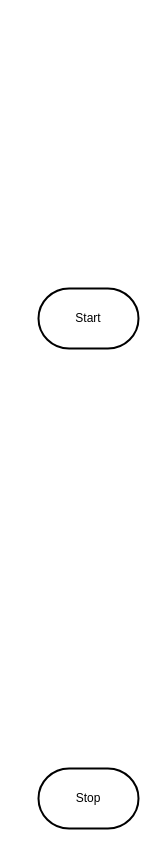
janet-do/ICS2O-Final-Project-Group02 keeps this draw.io diagram as design/flowchart.drawio. Above is the earlier version. Source tidied: cells renumbered, new cells numbered last; positions are measured from the earlier drawing's top-left corner, leaving out a move shared by most shapes. Both pictures are drawn from the tidied source at 100%, with x=0, y=0 at pixel (38, 288).
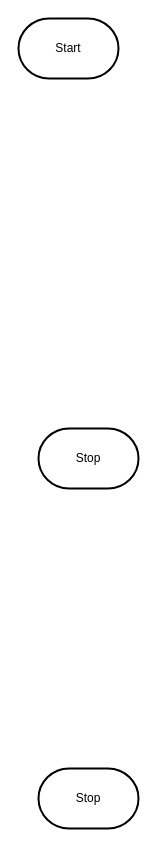
The same page after the edit.

The edit, as a diff of the source:
```diff
@@
 <mxGraphModel>
   <root>
     <mxCell id="0" />
     <mxCell id="1" parent="0" />
     <mxCell id="2" value="Start" style="strokeWidth=2;html=1;shape=mxgraph.flowchart.terminator;whiteSpace=wrap;" parent="1" vertex="1">
-      <mxGeometry width="100" height="60" as="geometry" />
+      <mxGeometry x="-20" y="-270" width="100" height="60" as="geometry" />
     </mxCell>
     <mxCell id="3" value="Stop" style="strokeWidth=2;html=1;shape=mxgraph.flowchart.terminator;whiteSpace=wrap;" parent="1" vertex="1">
       <mxGeometry y="480" width="100" height="60" as="geometry" />
     </mxCell>
+    <mxCell id="4" value="Stop" style="strokeWidth=2;html=1;shape=mxgraph.flowchart.terminator;whiteSpace=wrap;" parent="1" vertex="1">
+      <mxGeometry y="140" width="100" height="60" as="geometry" />
+    </mxCell>
   </root>
 </mxGraphModel>
```
